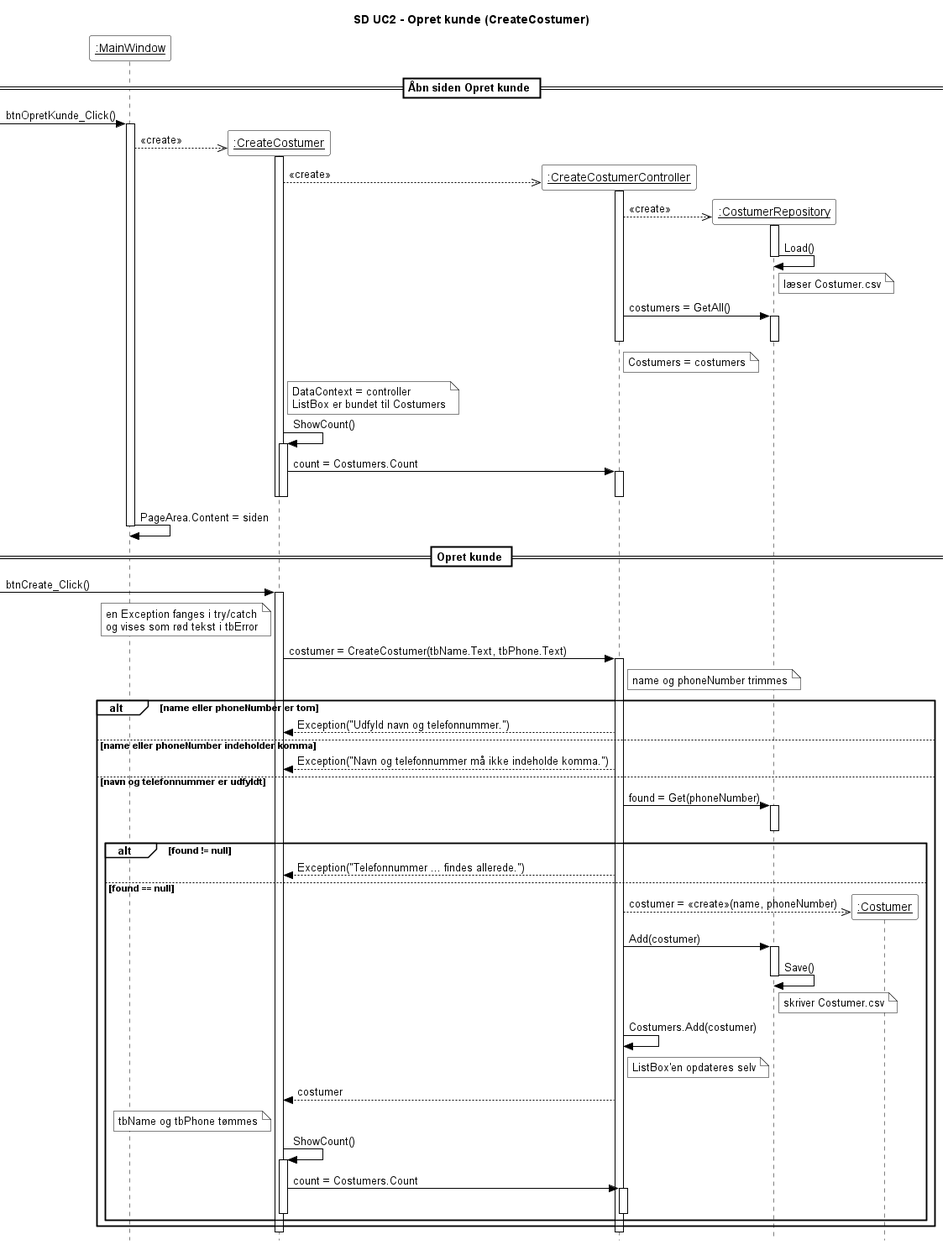
Zoabz/Getting-Real keeps this PlantUML diagram as 6. Sekvens Diagrammer/Sprint 1/UC2_opret_kunde.png. Above is the earlier version. Source of this version:
```plantuml
@startuml
skinparam style strictuml
skinparam ParticipantBackgroundColor white
skinparam ParticipantBorderColor black
skinparam ArrowColor black
skinparam SequenceLifeLineBorderColor black
skinparam SequenceGroupBackgroundColor white
skinparam SequenceGroupBorderColor black
skinparam SequenceDividerBackgroundColor white
skinparam SequenceDividerBorderColor black
skinparam SequenceReferenceBackgroundColor white
skinparam SequenceReferenceBorderColor black
skinparam NoteBackgroundColor white
skinparam NoteBorderColor black
skinparam ActivationBackgroundColor white
skinparam shadowing false
skinparam sequenceParticipant underline
skinparam defaultFontName Arial
hide footbox
title SD UC2 - Opret kunde (CreateCostumer)

participant ":MainWindow" as MW

== Åbn siden Opret kunde ==
[-> MW : btnOpretKunde_Click()
activate MW

create participant ":CreateCostumer" as V
MW -->> V : «create»
activate V

create participant ":CreateCostumerController" as C
V -->> C : «create»
activate C

create participant ":CostumerRepository" as R
C -->> R : «create»
activate R
R -> R : Load()
note right of R : læser Costumer.csv
deactivate R

C -> R : costumers = GetAll()
activate R
deactivate R
note right of C : Costumers = costumers
deactivate C

note right of V
  DataContext = controller
  ListBox er bundet til Costumers
end note
V -> V : ShowCount()
activate V
V -> C : count = Costumers.Count
activate C
deactivate C
deactivate V
deactivate V

MW -> MW : PageArea.Content = siden
deactivate MW

== Opret kunde ==
[-> V : btnCreate_Click()
activate V
note left of V : en Exception fanges i try/catch\nog vises som rød tekst i tbError

V -> C : costumer = CreateCostumer(tbName.Text, tbPhone.Text)
activate C
note right of C : name og phoneNumber trimmes

alt name eller phoneNumber er tom
    V <-- C : Exception("Udfyld navn og telefonnummer.")

else name eller phoneNumber indeholder komma
    V <-- C : Exception("Navn og telefonnummer må ikke indeholde komma.")

else navn og telefonnummer er udfyldt
    C -> R : found = Get(phoneNumber)
    activate R
    deactivate R

    alt found != null
        V <-- C : Exception("Telefonnummer ... findes allerede.")

    else found == null
        create participant ":Costumer" as K
        C -->> K : costumer = «create»(name, phoneNumber)

        C -> R : Add(costumer)
        activate R
        R -> R : Save()
        note right of R : skriver Costumer.csv
        deactivate R

        C -> C : Costumers.Add(costumer)
        note right of C : ListBox'en opdateres selv

        V <-- C : costumer
        note left of V : tbName og tbPhone tømmes

        V -> V : ShowCount()
        activate V
        V -> C : count = Costumers.Count
        activate C
        deactivate C
        deactivate V
    end
end
deactivate C
deactivate V

@enduml
```
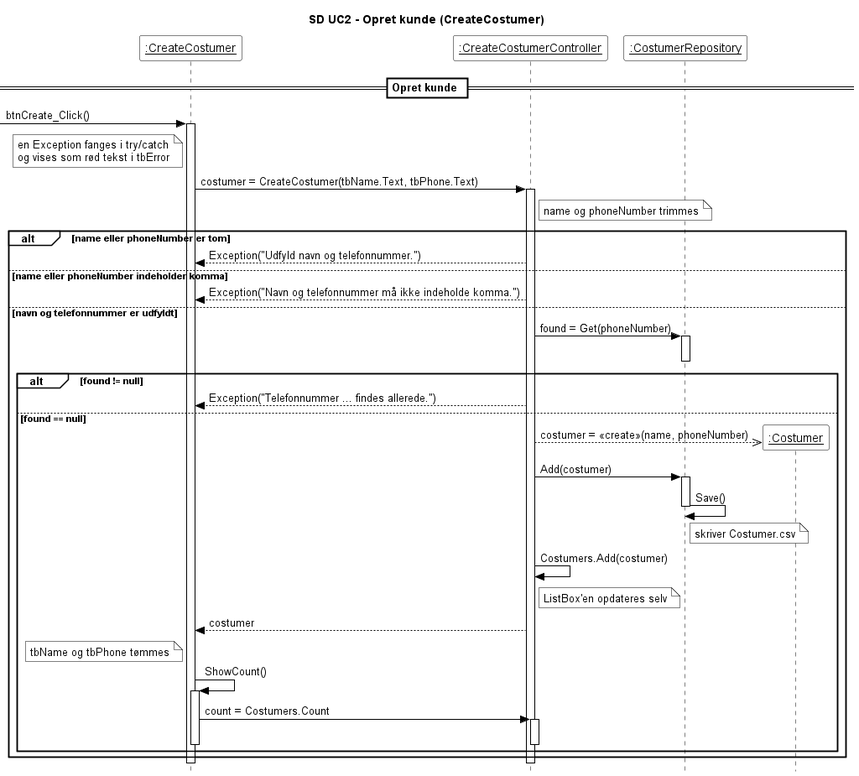
The same file after the commit.

Change to the diagram source:
```diff
@@ -19,47 +19,9 @@
 hide footbox
 title SD UC2 - Opret kunde (CreateCostumer)
 
-participant ":MainWindow" as MW
-
-== Åbn siden Opret kunde ==
-[-> MW : btnOpretKunde_Click()
-activate MW
-
-create participant ":CreateCostumer" as V
-MW -->> V : «create»
-activate V
-
-create participant ":CreateCostumerController" as C
-V -->> C : «create»
-activate C
-
-create participant ":CostumerRepository" as R
-C -->> R : «create»
-activate R
-R -> R : Load()
-note right of R : læser Costumer.csv
-deactivate R
-
-C -> R : costumers = GetAll()
-activate R
-deactivate R
-note right of C : Costumers = costumers
-deactivate C
-
-note right of V
-  DataContext = controller
-  ListBox er bundet til Costumers
-end note
-V -> V : ShowCount()
-activate V
-V -> C : count = Costumers.Count
-activate C
-deactivate C
-deactivate V
-deactivate V
-
-MW -> MW : PageArea.Content = siden
-deactivate MW
+participant ":CreateCostumer" as V
+participant ":CreateCostumerController" as C
+participant ":CostumerRepository" as R
 
 == Opret kunde ==
 [-> V : btnCreate_Click()
```
